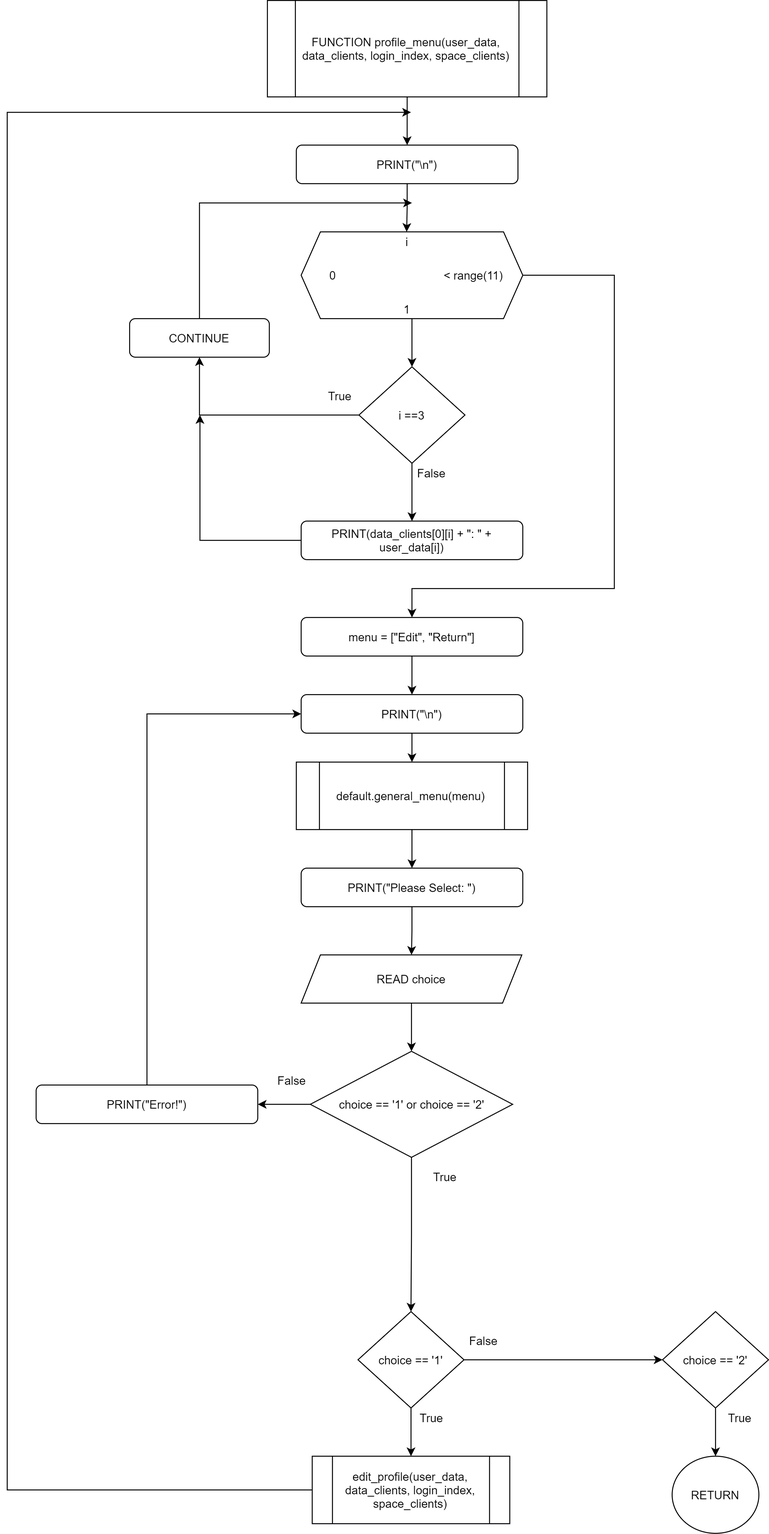
RabbitBear00/Car-Rental-System keeps this draw.io diagram as Flowchart/clients/profile_menu.png. Above is the earlier version. Source tidied: cells renumbered, new cells last; positions are measured from the earlier drawing's top-left corner, leaving out a move shared by most shapes.
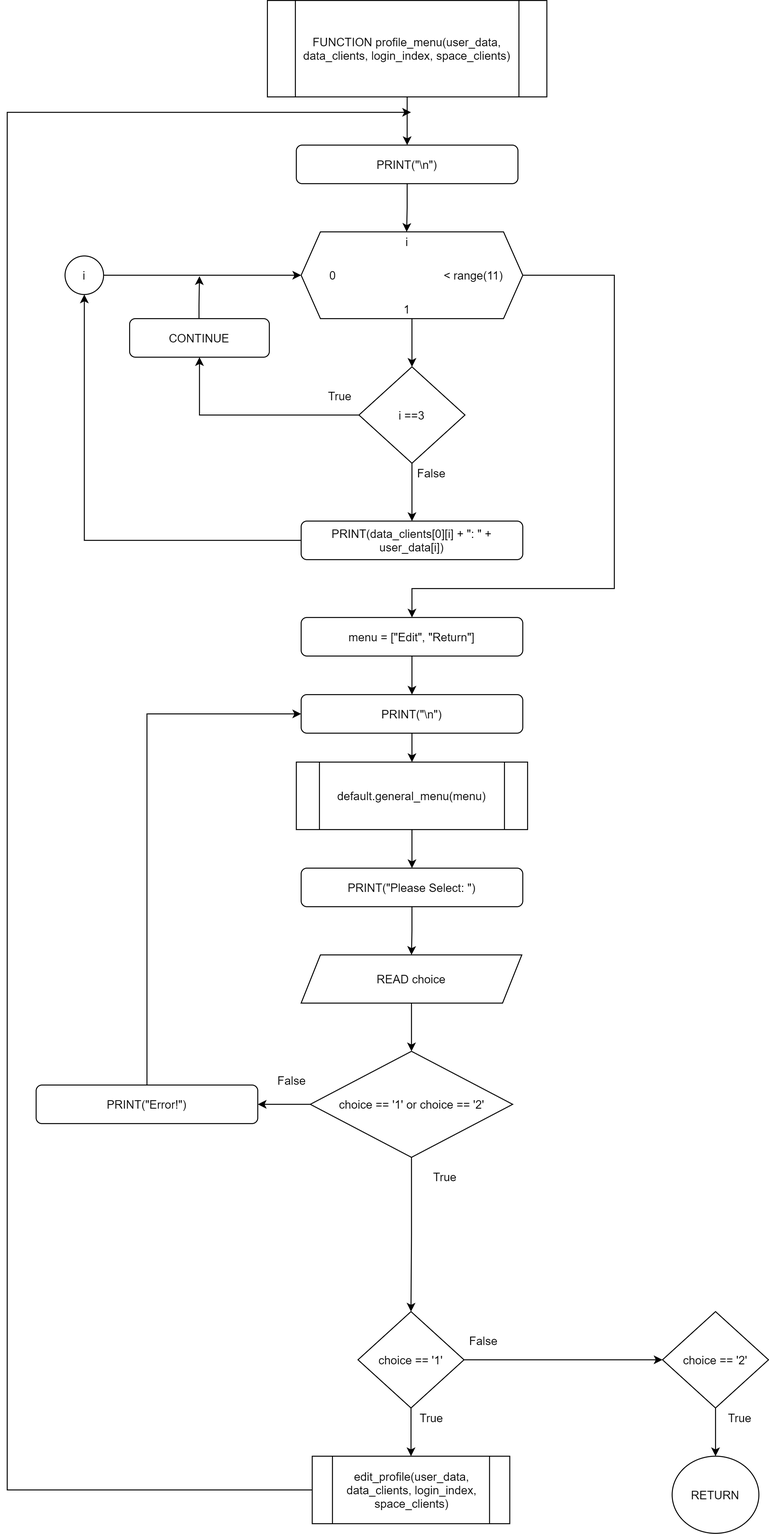
The same diagram one commit later.

What changed in the source:
```diff
@@ -35,11 +35,13 @@
     <mxCell id="12" value="i ==3" style="rhombus;whiteSpace=wrap;html=1;" parent="1" vertex="1">
       <mxGeometry x="365" y="380" width="110" height="100" as="geometry" />
     </mxCell>
-    <mxCell id="13" style="edgeStyle=orthogonalEdgeStyle;rounded=0;jettySize=auto;html=1;exitX=0;exitY=0.5;exitDx=0;exitDy=0;" parent="1" edge="1" source="14">
+    <mxCell id="13" style="edgeStyle=orthogonalEdgeStyle;rounded=0;orthogonalLoop=1;jettySize=auto;html=1;exitX=0;exitY=0.5;exitDx=0;exitDy=0;" parent="1" edge="1">
       <mxGeometry relative="1" as="geometry">
-        <mxPoint x="200" y="430" as="targetPoint" />
+        <mxPoint x="305" y="555" as="sourcePoint" />
+        <mxPoint x="80" y="305" as="targetPoint" />
         <Array as="points">
-          <mxPoint x="200" y="560" />
+          <mxPoint x="305" y="560" />
+          <mxPoint x="80" y="560" />
         </Array>
       </mxGeometry>
     </mxCell>
@@ -160,16 +162,29 @@
     <mxCell id="48" value="default.general_menu(menu)" style="shape=process;whiteSpace=wrap;html=1;backgroundOutline=1;" parent="1" vertex="1">
       <mxGeometry x="300" y="790" width="240" height="70" as="geometry" />
     </mxCell>
-    <mxCell id="49" style="edgeStyle=orthogonalEdgeStyle;rounded=0;jettySize=auto;html=1;endFill=1;" parent="1" edge="1" source="50">
-      <mxGeometry relative="1" as="geometry">
-        <mxPoint x="420" y="210" as="targetPoint" />
-        <Array as="points">
-          <mxPoint x="200" y="210" />
-        </Array>
-      </mxGeometry>
-    </mxCell>
+    <mxCell id="51" style="edgeStyle=orthogonalEdgeStyle;rounded=0;orthogonalLoop=1;jettySize=auto;html=1;endArrow=classic;endFill=1;" parent="1" edge="1">
+      <mxGeometry relative="1" as="geometry">
+        <mxPoint x="199" y="330" as="sourcePoint" />
+        <mxPoint x="199.5" y="286" as="targetPoint" />
+        <Array as="points">
+          <mxPoint x="199.5" y="316" />
+          <mxPoint x="199.5" y="316" />
+        </Array>
+      </mxGeometry>
+    </mxCell>
     <mxCell id="50" value="CONTINUE" style="rounded=1;whiteSpace=wrap;html=1;" parent="1" vertex="1">
       <mxGeometry x="127" y="330" width="145" height="40" as="geometry" />
     </mxCell>
+    <mxCell id="52" style="edgeStyle=orthogonalEdgeStyle;rounded=0;jettySize=auto;html=1;exitX=1;exitY=0.5;exitDx=0;exitDy=0;entryX=0;entryY=0.5;entryDx=0;entryDy=0;endArrow=classic;endFill=1;" parent="1" edge="1" source="53" target="3">
+      <mxGeometry relative="1" as="geometry">
+        <Array as="points">
+          <mxPoint x="200" y="285" />
+          <mxPoint x="200" y="285" />
+        </Array>
+      </mxGeometry>
+    </mxCell>
+    <mxCell id="53" value="i" style="ellipse;whiteSpace=wrap;html=1;" parent="1" vertex="1">
+      <mxGeometry x="60" y="265" width="40" height="40" as="geometry" />
+    </mxCell>
   </root>
 </mxGraphModel>
```
